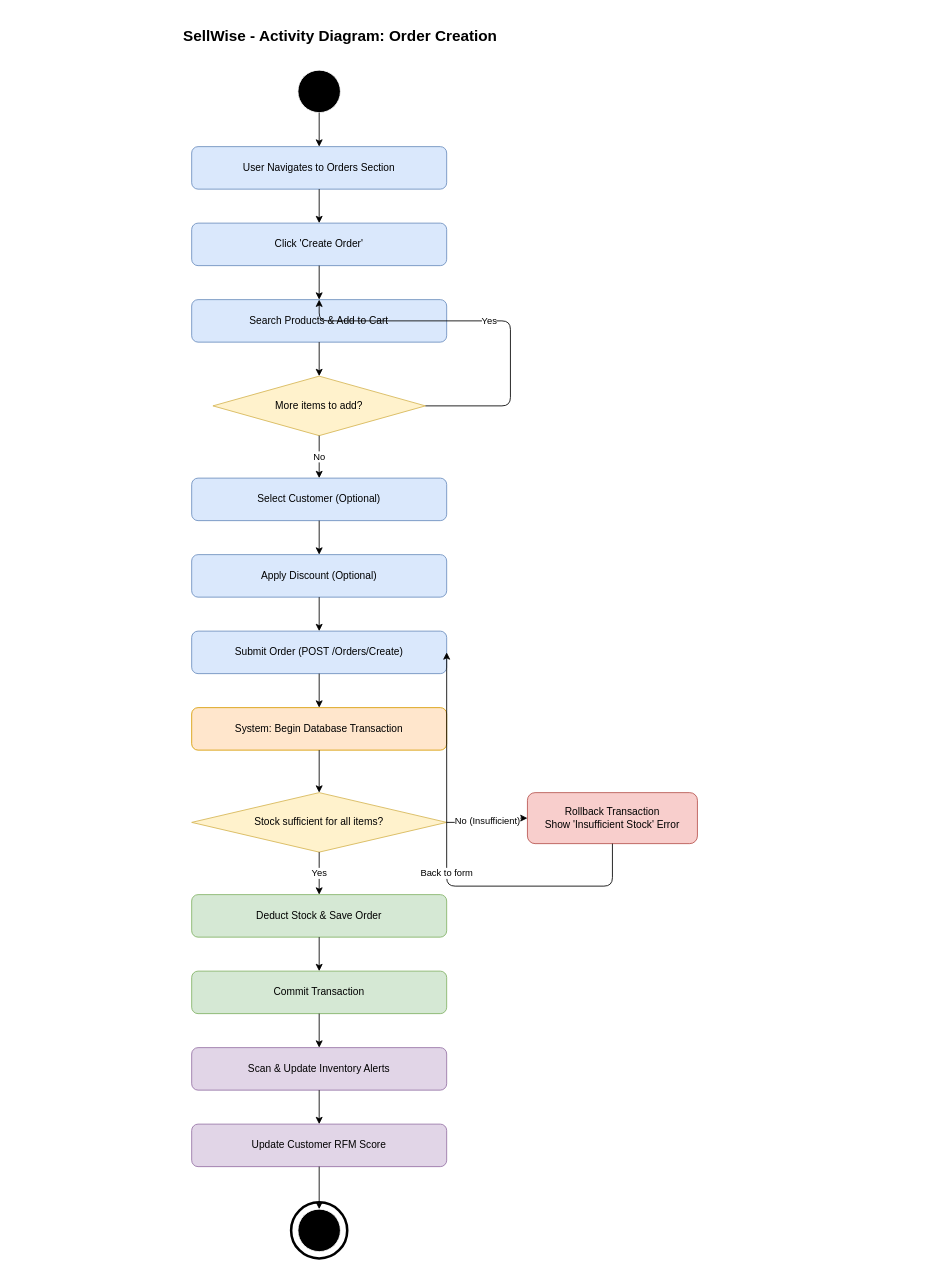
mr-sohel/SellWise keeps this draw.io diagram as diagrams/06_Activity_Diagram.drawio. Above is the earlier version. Source tidied: cells renumbered, new cells numbered last; positions are measured from the earlier drawing's top-left corner, leaving out a move shared by most shapes. Both pictures are drawn from the tidied source at 85%, with x=0, y=0 at pixel (85, 19).
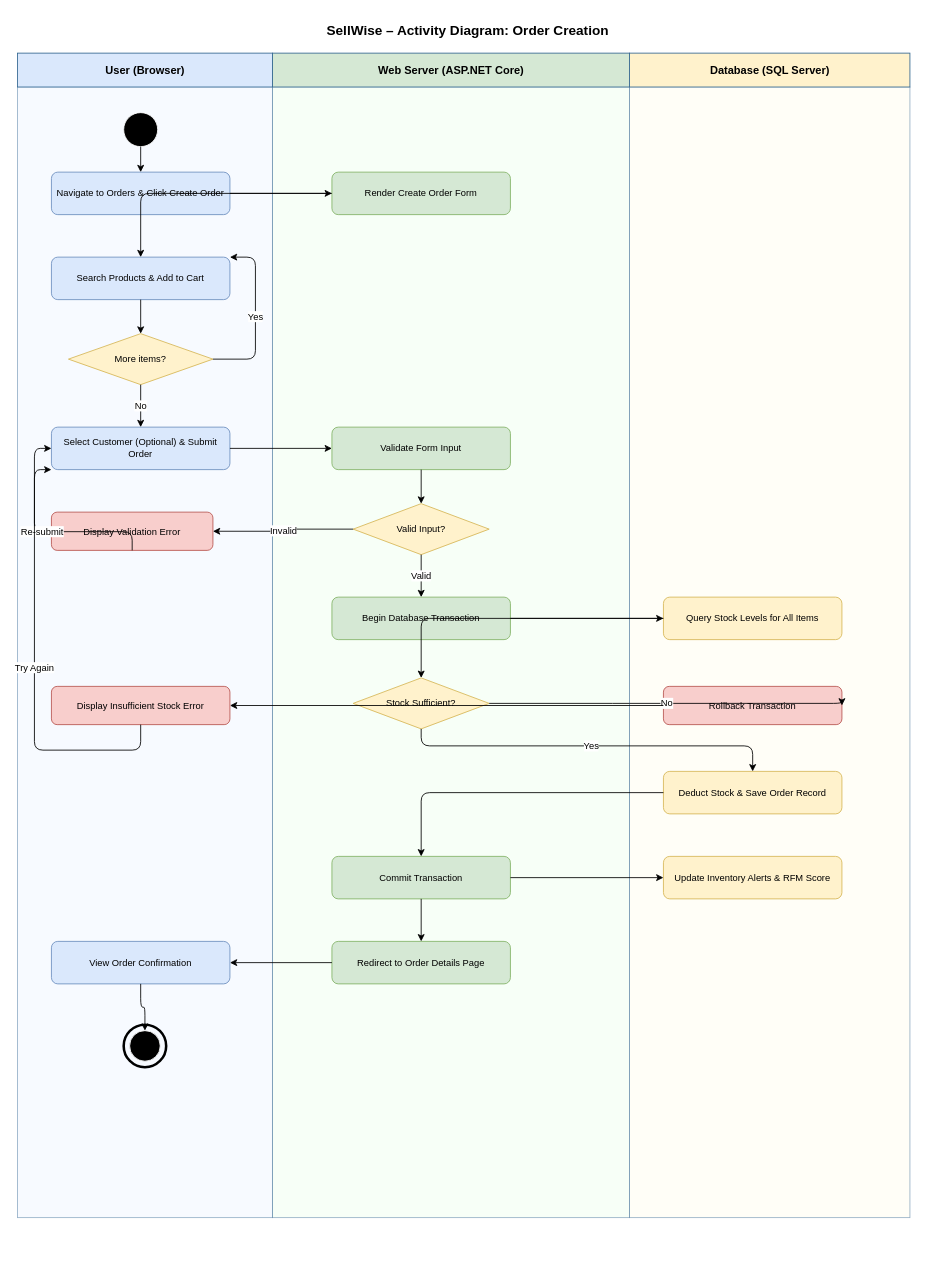
Above is the later version.

Commit message:
docs: add activity diagram for order creation process

Change to the diagram source:
```diff
@@
-    <mxCell id="2" value="SellWise - Activity Diagram: Order Creation" style="text;html=1;strokeColor=none;fillColor=none;align=center;verticalAlign=middle;whiteSpace=wrap;rounded=0;fontSize=18;fontStyle=1;" parent="1" vertex="1">
-      <mxGeometry width="600" height="40" as="geometry" />
+    <mxCell id="2" value="SellWise – Activity Diagram: Order Creation" style="text;html=1;strokeColor=none;fillColor=none;align=center;verticalAlign=middle;whiteSpace=wrap;rounded=0;fontSize=16;fontStyle=1;" parent="1" vertex="1">
+      <mxGeometry y="-5" width="900" height="35" as="geometry" />
     </mxCell>
+    <mxCell id="37" value="User (Browser)" style="text;html=1;strokeColor=#336791;fillColor=#dae8fc;align=center;verticalAlign=middle;fontStyle=1;fontSize=13;rounded=0;" parent="1" vertex="1">
+      <mxGeometry x="-80" y="40" width="300" height="40" as="geometry" />
+    </mxCell>
+    <mxCell id="38" style="rounded=0;whiteSpace=wrap;html=1;fillColor=#eff6ff;strokeColor=#336791;opacity=50;" parent="1" vertex="1">
+      <mxGeometry x="-80" y="80" width="300" height="1330" as="geometry" />
+    </mxCell>
+    <mxCell id="39" value="Web Server (ASP.NET Core)" style="text;html=1;strokeColor=#336791;fillColor=#d5e8d4;align=center;verticalAlign=middle;fontStyle=1;fontSize=13;rounded=0;" parent="1" vertex="1">
+      <mxGeometry x="220" y="40" width="420" height="40" as="geometry" />
+    </mxCell>
+    <mxCell id="40" style="rounded=0;whiteSpace=wrap;html=1;fillColor=#f0fff0;strokeColor=#336791;opacity=50;" parent="1" vertex="1">
+      <mxGeometry x="220" y="80" width="420" height="1330" as="geometry" />
+    </mxCell>
+    <mxCell id="41" value="Database (SQL Server)" style="text;html=1;strokeColor=#336791;fillColor=#fff2cc;align=center;verticalAlign=middle;fontStyle=1;fontSize=13;rounded=0;" parent="1" vertex="1">
+      <mxGeometry x="640" y="40" width="330" height="40" as="geometry" />
+    </mxCell>
+    <mxCell id="42" style="rounded=0;whiteSpace=wrap;html=1;fillColor=#fffdf0;strokeColor=#336791;opacity=50;" parent="1" vertex="1">
+      <mxGeometry x="640" y="80" width="330" height="1330" as="geometry" />
+    </mxCell>
     <mxCell id="3" style="ellipse;whiteSpace=wrap;html=1;fillColor=#000000;strokeColor=#ffffff;" parent="1" vertex="1">
-      <mxGeometry x="250" y="60" width="50" height="50" as="geometry" />
+      <mxGeometry x="45" y="110" width="40" height="40" as="geometry" />
     </mxCell>
-    <mxCell id="4" value="User Navigates to Orders Section" style="rounded=1;whiteSpace=wrap;html=1;fillColor=#dae8fc;strokeColor=#6c8ebf;fontSize=12;" parent="1" vertex="1">
-      <mxGeometry x="125" y="150" width="300" height="50" as="geometry" />
+    <mxCell id="4" value="Navigate to Orders &amp; Click Create Order" style="rounded=1;whiteSpace=wrap;html=1;fillColor=#dae8fc;strokeColor=#6c8ebf;fontSize=11;" parent="1" vertex="1">
+      <mxGeometry x="-40" y="180" width="210" height="50" as="geometry" />
     </mxCell>
-    <mxCell id="5" value="Click 'Create Order'" style="rounded=1;whiteSpace=wrap;html=1;fillColor=#dae8fc;strokeColor=#6c8ebf;fontSize=12;" parent="1" vertex="1">
-      <mxGeometry x="125" y="240" width="300" height="50" as="geometry" />
+    <mxCell id="5" value="Render Create Order Form" style="rounded=1;whiteSpace=wrap;html=1;fillColor=#d5e8d4;strokeColor=#82b366;fontSize=11;" parent="1" vertex="1">
+      <mxGeometry x="290" y="180" width="210" height="50" as="geometry" />
     </mxCell>
-    <mxCell id="6" value="Search Products &amp; Add to Cart" style="rounded=1;whiteSpace=wrap;html=1;fillColor=#dae8fc;strokeColor=#6c8ebf;fontSize=12;" parent="1" vertex="1">
-      <mxGeometry x="125" y="330" width="300" height="50" as="geometry" />
+    <mxCell id="6" value="Search Products &amp; Add to Cart" style="rounded=1;whiteSpace=wrap;html=1;fillColor=#dae8fc;strokeColor=#6c8ebf;fontSize=11;" parent="1" vertex="1">
+      <mxGeometry x="-40" y="280" width="210" height="50" as="geometry" />
     </mxCell>
-    <mxCell id="7" value="More items to add?" style="rhombus;whiteSpace=wrap;html=1;fillColor=#fff2cc;strokeColor=#d6b656;fontSize=12;" parent="1" vertex="1">
-      <mxGeometry x="150" y="420" width="250" height="70" as="geometry" />
+    <mxCell id="7" value="More items?" style="rhombus;whiteSpace=wrap;html=1;fillColor=#fff2cc;strokeColor=#d6b656;fontSize=11;" parent="1" vertex="1">
+      <mxGeometry x="-20" y="370" width="170" height="60" as="geometry" />
     </mxCell>
-    <mxCell id="8" value="Select Customer (Optional)" style="rounded=1;whiteSpace=wrap;html=1;fillColor=#dae8fc;strokeColor=#6c8ebf;fontSize=12;" parent="1" vertex="1">
-      <mxGeometry x="125" y="540" width="300" height="50" as="geometry" />
+    <mxCell id="8" value="Select Customer (Optional) &amp; Submit Order" style="rounded=1;whiteSpace=wrap;html=1;fillColor=#dae8fc;strokeColor=#6c8ebf;fontSize=11;" parent="1" vertex="1">
+      <mxGeometry x="-40" y="480" width="210" height="50" as="geometry" />
     </mxCell>
-    <mxCell id="9" value="Apply Discount (Optional)" style="rounded=1;whiteSpace=wrap;html=1;fillColor=#dae8fc;strokeColor=#6c8ebf;fontSize=12;" parent="1" vertex="1">
-      <mxGeometry x="125" y="630" width="300" height="50" as="geometry" />
+    <mxCell id="9" value="Validate Form Input" style="rounded=1;whiteSpace=wrap;html=1;fillColor=#d5e8d4;strokeColor=#82b366;fontSize=11;" parent="1" vertex="1">
+      <mxGeometry x="290" y="480" width="210" height="50" as="geometry" />
     </mxCell>
+    <mxCell id="12" value="Valid Input?" style="rhombus;whiteSpace=wrap;html=1;fillColor=#fff2cc;strokeColor=#d6b656;fontSize=11;" parent="1" vertex="1">
+      <mxGeometry x="315" y="570" width="160" height="60" as="geometry" />
+    </mxCell>
-    <mxCell id="10" value="Submit Order (POST /Orders/Create)" style="rounded=1;whiteSpace=wrap;html=1;fillColor=#dae8fc;strokeColor=#6c8ebf;fontSize=12;" parent="1" vertex="1">
-      <mxGeometry x="125" y="720" width="300" height="50" as="geometry" />
+    <mxCell id="10" value="Display Validation Error" style="rounded=1;whiteSpace=wrap;html=1;fillColor=#f8cecc;strokeColor=#b85450;fontSize=11;" parent="1" vertex="1">
+      <mxGeometry x="-40" y="580" width="190" height="45" as="geometry" />
     </mxCell>
-    <mxCell id="11" value="System: Begin Database Transaction" style="rounded=1;whiteSpace=wrap;html=1;fillColor=#ffe6cc;strokeColor=#d79b00;fontSize=12;" parent="1" vertex="1">
-      <mxGeometry x="125" y="810" width="300" height="50" as="geometry" />
+    <mxCell id="11" value="Begin Database Transaction" style="rounded=1;whiteSpace=wrap;html=1;fillColor=#d5e8d4;strokeColor=#82b366;fontSize=11;" parent="1" vertex="1">
+      <mxGeometry x="290" y="680" width="210" height="50" as="geometry" />
     </mxCell>
-    <mxCell id="12" value="Stock sufficient for all items?" style="rhombus;whiteSpace=wrap;html=1;fillColor=#fff2cc;strokeColor=#d6b656;fontSize=12;" parent="1" vertex="1">
-      <mxGeometry x="125" y="910" width="300" height="70" as="geometry" />
-    </mxCell>
-    <mxCell id="13" value="Rollback Transaction&#10;Show 'Insufficient Stock' Error" style="rounded=1;whiteSpace=wrap;html=1;fillColor=#f8cecc;strokeColor=#b85450;fontSize=12;" parent="1" vertex="1">
-      <mxGeometry x="520" y="910" width="200" height="60" as="geometry" />
+    <mxCell id="13" value="Query Stock Levels for All Items" style="rounded=1;whiteSpace=wrap;html=1;fillColor=#fff2cc;strokeColor=#d6b656;fontSize=11;" parent="1" vertex="1">
+      <mxGeometry x="680" y="680" width="210" height="50" as="geometry" />
     </mxCell>
+    <mxCell id="43" value="Stock Sufficient?" style="rhombus;whiteSpace=wrap;html=1;fillColor=#fff2cc;strokeColor=#d6b656;fontSize=11;" parent="1" vertex="1">
+      <mxGeometry x="315" y="775" width="160" height="60" as="geometry" />
+    </mxCell>
-    <mxCell id="14" value="Deduct Stock &amp; Save Order" style="rounded=1;whiteSpace=wrap;html=1;fillColor=#d5e8d4;strokeColor=#82b366;fontSize=12;" parent="1" vertex="1">
-      <mxGeometry x="125" y="1030" width="300" height="50" as="geometry" />
+    <mxCell id="14" value="Rollback Transaction" style="rounded=1;whiteSpace=wrap;html=1;fillColor=#f8cecc;strokeColor=#b85450;fontSize=11;" parent="1" vertex="1">
+      <mxGeometry x="680" y="785" width="210" height="45" as="geometry" />
     </mxCell>
-    <mxCell id="15" value="Commit Transaction" style="rounded=1;whiteSpace=wrap;html=1;fillColor=#d5e8d4;strokeColor=#82b366;fontSize=12;" parent="1" vertex="1">
-      <mxGeometry x="125" y="1120" width="300" height="50" as="geometry" />
+    <mxCell id="15" value="Display Insufficient Stock Error" style="rounded=1;whiteSpace=wrap;html=1;fillColor=#f8cecc;strokeColor=#b85450;fontSize=11;" parent="1" vertex="1">
+      <mxGeometry x="-40" y="785" width="210" height="45" as="geometry" />
     </mxCell>
-    <mxCell id="16" value="Scan &amp; Update Inventory Alerts" style="rounded=1;whiteSpace=wrap;html=1;fillColor=#e1d5e7;strokeColor=#9673a6;fontSize=12;" parent="1" vertex="1">
-      <mxGeometry x="125" y="1210" width="300" height="50" as="geometry" />
+    <mxCell id="16" value="Deduct Stock &amp; Save Order Record" style="rounded=1;whiteSpace=wrap;html=1;fillColor=#fff2cc;strokeColor=#d6b656;fontSize=11;" parent="1" vertex="1">
+      <mxGeometry x="680" y="885" width="210" height="50" as="geometry" />
     </mxCell>
-    <mxCell id="17" value="Update Customer RFM Score" style="rounded=1;whiteSpace=wrap;html=1;fillColor=#e1d5e7;strokeColor=#9673a6;fontSize=12;" parent="1" vertex="1">
-      <mxGeometry x="125" y="1300" width="300" height="50" as="geometry" />
+    <mxCell id="17" value="Commit Transaction" style="rounded=1;whiteSpace=wrap;html=1;fillColor=#d5e8d4;strokeColor=#82b366;fontSize=11;" parent="1" vertex="1">
+      <mxGeometry x="290" y="985" width="210" height="50" as="geometry" />
     </mxCell>
-    <mxCell id="18" style="ellipse;whiteSpace=wrap;html=1;fillColor=#000000;strokeColor=#ffffff;" parent="1" vertex="1">
-      <mxGeometry x="250" y="1400" width="50" height="50" as="geometry" />
-    </mxCell>
-    <mxCell id="19" style="ellipse;whiteSpace=wrap;html=1;fillColor=none;strokeColor=#000000;strokeWidth=3;" parent="1" vertex="1">
-      <mxGeometry x="242" y="1392" width="66" height="66" as="geometry" />
-    </mxCell>
+    <mxCell id="44" value="Update Inventory Alerts &amp; RFM Score" style="rounded=1;whiteSpace=wrap;html=1;fillColor=#fff2cc;strokeColor=#d6b656;fontSize=11;" parent="1" vertex="1">
+      <mxGeometry x="680" y="985" width="210" height="50" as="geometry" />
+    </mxCell>
+    <mxCell id="45" value="Redirect to Order Details Page" style="rounded=1;whiteSpace=wrap;html=1;fillColor=#d5e8d4;strokeColor=#82b366;fontSize=11;" parent="1" vertex="1">
+      <mxGeometry x="290" y="1085" width="210" height="50" as="geometry" />
+    </mxCell>
+    <mxCell id="46" value="View Order Confirmation" style="rounded=1;whiteSpace=wrap;html=1;fillColor=#dae8fc;strokeColor=#6c8ebf;fontSize=11;" parent="1" vertex="1">
+      <mxGeometry x="-40" y="1085" width="210" height="50" as="geometry" />
+    </mxCell>
+    <mxCell id="47" style="ellipse;whiteSpace=wrap;html=1;fillColor=#000000;strokeColor=#ffffff;" parent="1" vertex="1">
+      <mxGeometry x="52" y="1190" width="36" height="36" as="geometry" />
+    </mxCell>
+    <mxCell id="48" style="ellipse;whiteSpace=wrap;html=1;fillColor=none;strokeColor=#000000;strokeWidth=3;" parent="1" vertex="1">
+      <mxGeometry x="45" y="1183" width="50" height="50" as="geometry" />
+    </mxCell>
@@
-    <mxCell id="24" value="Yes" style="edgeStyle=orthogonalEdgeStyle;html=1;exitX=1;exitY=0.5;exitDx=0;exitDy=0;entryX=0.5;entryY=0;entryDx=0;entryDy=0;" parent="1" edge="1" source="7" target="6">
+    <mxCell id="24" value="Yes" style="edgeStyle=orthogonalEdgeStyle;html=1;exitX=1;exitY=0.5;exitDx=0;exitDy=0;entryX=1;entryY=0;entryDx=0;entryDy=0;" parent="1" edge="1" source="7" target="6">
       <mxGeometry relative="1" as="geometry">
         <Array as="points">
-          <mxPoint x="500" y="455" />
-          <mxPoint x="500" y="355" />
+          <mxPoint x="200" y="400" />
+          <mxPoint x="200" y="280" />
         </Array>
       </mxGeometry>
     </mxCell>
@@
-    <mxCell id="27" style="edgeStyle=orthogonalEdgeStyle;html=1;" parent="1" edge="1" source="9" target="10">
-      <mxGeometry relative="1" as="geometry" />
-    </mxCell>
-    <mxCell id="28" style="edgeStyle=orthogonalEdgeStyle;html=1;" parent="1" edge="1" source="10" target="11">
-      <mxGeometry relative="1" as="geometry" />
-    </mxCell>
-    <mxCell id="29" style="edgeStyle=orthogonalEdgeStyle;html=1;" parent="1" edge="1" source="11" target="12">
-      <mxGeometry relative="1" as="geometry" />
-    </mxCell>
-    <mxCell id="30" value="No (Insufficient)" style="edgeStyle=orthogonalEdgeStyle;html=1;exitX=1;exitY=0.5;exitDx=0;exitDy=0;entryX=0;entryY=0.5;entryDx=0;entryDy=0;" parent="1" edge="1" source="12" target="13">
-      <mxGeometry relative="1" as="geometry" />
-    </mxCell>
+    <mxCell id="49" style="edgeStyle=orthogonalEdgeStyle;html=1;" parent="1" edge="1" source="9" target="12">
+      <mxGeometry relative="1" as="geometry" />
+    </mxCell>
+    <mxCell id="50" value="Invalid" style="edgeStyle=orthogonalEdgeStyle;html=1;exitX=0;exitY=0.5;exitDx=0;exitDy=0;entryX=1;entryY=0.5;entryDx=0;entryDy=0;" parent="1" edge="1" source="12" target="10">
+      <mxGeometry relative="1" as="geometry" />
+    </mxCell>
+    <mxCell id="51" value="Re-submit" style="edgeStyle=orthogonalEdgeStyle;html=1;exitX=0.5;exitY=1;exitDx=0;exitDy=0;entryX=0;entryY=0.5;entryDx=0;entryDy=0;" parent="1" edge="1" source="10" target="8">
+      <mxGeometry relative="1" as="geometry">
+        <Array as="points">
+          <mxPoint x="-60" y="603" />
+          <mxPoint x="-60" y="505" />
+        </Array>
+      </mxGeometry>
+    </mxCell>
+    <mxCell id="52" value="Valid" style="edgeStyle=orthogonalEdgeStyle;html=1;exitX=0.5;exitY=1;exitDx=0;exitDy=0;" parent="1" edge="1" source="12" target="11">
+      <mxGeometry relative="1" as="geometry" />
+    </mxCell>
+    <mxCell id="53" style="edgeStyle=orthogonalEdgeStyle;html=1;" parent="1" edge="1" source="11" target="13">
+      <mxGeometry relative="1" as="geometry" />
+    </mxCell>
+    <mxCell id="54" style="edgeStyle=orthogonalEdgeStyle;html=1;" parent="1" edge="1" source="13" target="43">
+      <mxGeometry relative="1" as="geometry" />
+    </mxCell>
+    <mxCell id="55" value="No" style="edgeStyle=orthogonalEdgeStyle;html=1;exitX=1;exitY=0.5;exitDx=0;exitDy=0;entryX=1;entryY=0.5;entryDx=0;entryDy=0;" parent="1" edge="1" source="43" target="14">
+      <mxGeometry relative="1" as="geometry">
+        <Array as="points">
+          <mxPoint x="630" y="805" />
+          <mxPoint x="910" y="805" />
+        </Array>
+      </mxGeometry>
+    </mxCell>
+    <mxCell id="32" style="edgeStyle=orthogonalEdgeStyle;html=1;exitX=0;exitY=0.5;exitDx=0;exitDy=0;entryX=1;entryY=0.5;entryDx=0;entryDy=0;" parent="1" edge="1" source="14" target="15">
+      <mxGeometry relative="1" as="geometry">
+        <Array as="points">
+          <mxPoint x="680" y="807" />
+          <mxPoint x="210" y="807" />
+        </Array>
+      </mxGeometry>
+    </mxCell>
+    <mxCell id="56" value="Try Again" style="edgeStyle=orthogonalEdgeStyle;html=1;exitX=0.5;exitY=1;exitDx=0;exitDy=0;entryX=0;entryY=1;entryDx=0;entryDy=0;" parent="1" edge="1" source="15" target="8">
+      <mxGeometry relative="1" as="geometry">
+        <Array as="points">
+          <mxPoint x="65" y="860" />
+          <mxPoint x="-60" y="860" />
+          <mxPoint x="-60" y="530" />
+          <mxPoint x="-40" y="530" />
+        </Array>
+      </mxGeometry>
+    </mxCell>
-    <mxCell id="31" value="Yes" style="edgeStyle=orthogonalEdgeStyle;html=1;exitX=0.5;exitY=1;exitDx=0;exitDy=0;" parent="1" edge="1" source="12" target="14">
-      <mxGeometry relative="1" as="geometry" />
+    <mxCell id="31" value="Yes" style="edgeStyle=orthogonalEdgeStyle;html=1;exitX=0.5;exitY=1;exitDx=0;exitDy=0;" parent="1" edge="1" source="43" target="16">
+      <mxGeometry relative="1" as="geometry">
+        <Array as="points">
+          <mxPoint x="395" y="855" />
+          <mxPoint x="785" y="855" />
+        </Array>
+      </mxGeometry>
     </mxCell>
-    <mxCell id="32" style="edgeStyle=orthogonalEdgeStyle;html=1;" parent="1" edge="1" source="14" target="15">
-      <mxGeometry relative="1" as="geometry" />
-    </mxCell>
-    <mxCell id="33" style="edgeStyle=orthogonalEdgeStyle;html=1;" parent="1" edge="1" source="15" target="16">
-      <mxGeometry relative="1" as="geometry" />
-    </mxCell>
@@
-    <mxCell id="35" style="edgeStyle=orthogonalEdgeStyle;html=1;" parent="1" edge="1" source="17" target="18">
-      <mxGeometry relative="1" as="geometry" />
-    </mxCell>
-    <mxCell id="36" value="Back to form" style="edgeStyle=orthogonalEdgeStyle;html=1;exitX=0.5;exitY=1;exitDx=0;exitDy=0;entryX=1;entryY=0.5;entryDx=0;entryDy=0;" parent="1" edge="1" source="13" target="10">
-      <mxGeometry relative="1" as="geometry">
-        <Array as="points">
-          <mxPoint x="620" y="1020" />
-          <mxPoint x="425" y="1020" />
-        </Array>
-      </mxGeometry>
-    </mxCell>
+    <mxCell id="57" style="edgeStyle=orthogonalEdgeStyle;html=1;" parent="1" edge="1" source="17" target="44">
+      <mxGeometry relative="1" as="geometry" />
+    </mxCell>
+    <mxCell id="58" style="edgeStyle=orthogonalEdgeStyle;html=1;" parent="1" edge="1" source="17" target="45">
+      <mxGeometry relative="1" as="geometry" />
+    </mxCell>
+    <mxCell id="59" style="edgeStyle=orthogonalEdgeStyle;html=1;" parent="1" edge="1" source="45" target="46">
+      <mxGeometry relative="1" as="geometry" />
+    </mxCell>
+    <mxCell id="60" style="edgeStyle=orthogonalEdgeStyle;html=1;" parent="1" edge="1" source="46" target="47">
+      <mxGeometry relative="1" as="geometry" />
+    </mxCell>
```
